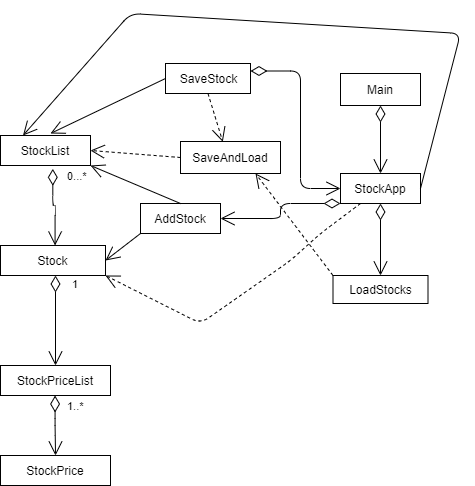
The draw.io diagram UML_Design_Diagram.png in toast682/Stock-App, before a commit. Source tidied: cells renumbered, new cells last; positions are measured from the earlier drawing's top-left corner, leaving out a move shared by most shapes. Its diagram source:
```xml
<mxGraphModel>
  <root>
    <mxCell id="0" />
    <mxCell id="1" parent="0" />
    <mxCell id="2" value="Main" style="rounded=0;whiteSpace=wrap;html=1;" parent="1" vertex="1">
      <mxGeometry x="340" y="60" width="80" height="32" as="geometry" />
    </mxCell>
    <mxCell id="3" value="SaveAndLoad" style="rounded=0;whiteSpace=wrap;html=1;" parent="1" vertex="1">
      <mxGeometry x="180" y="128" width="100" height="32" as="geometry" />
    </mxCell>
    <mxCell id="4" value="StockApp" style="rounded=0;whiteSpace=wrap;html=1;" parent="1" vertex="1">
      <mxGeometry x="340" y="160" width="80" height="30" as="geometry" />
    </mxCell>
    <mxCell id="5" value="StockList" style="rounded=0;whiteSpace=wrap;html=1;" parent="1" vertex="1">
      <mxGeometry y="122" width="90" height="30" as="geometry" />
    </mxCell>
    <mxCell id="6" value="Stock" style="whiteSpace=wrap;html=1;" parent="1" vertex="1">
      <mxGeometry y="232" width="105" height="30" as="geometry" />
    </mxCell>
    <mxCell id="7" value="StockPrice" style="rounded=0;whiteSpace=wrap;html=1;" parent="1" vertex="1">
      <mxGeometry y="442" width="110" height="30" as="geometry" />
    </mxCell>
    <mxCell id="8" value="StockPriceList" style="rounded=0;whiteSpace=wrap;html=1;" parent="1" vertex="1">
      <mxGeometry y="352" width="110" height="30" as="geometry" />
    </mxCell>
    <mxCell id="9" style="endArrow=open;endSize=12;dashed=1;html=1;exitX=0;exitY=0.5;exitDx=0;exitDy=0;entryX=1;entryY=0.5;entryDx=0;entryDy=0;" parent="1" edge="1" source="3" target="5">
      <mxGeometry x="-0.36" y="18" relative="1" as="geometry" />
    </mxCell>
    <mxCell id="10" value="AddStock" style="rounded=0;whiteSpace=wrap;html=1;" parent="1" vertex="1">
      <mxGeometry x="140" y="190" width="80" height="30" as="geometry" />
    </mxCell>
    <mxCell id="11" value="1" style="endArrow=open;html=1;endSize=12;startArrow=diamondThin;startSize=14;startFill=0;edgeStyle=orthogonalEdgeStyle;align=left;verticalAlign=bottom;entryX=0.5;entryY=0;entryDx=0;entryDy=0;" parent="1" edge="1" target="8">
      <mxGeometry x="-0.6" y="15" relative="1" as="geometry">
        <mxPoint x="55" y="262" as="sourcePoint" />
      </mxGeometry>
    </mxCell>
    <mxCell id="12" value="1..*" style="endArrow=open;html=1;endSize=12;startArrow=diamondThin;startSize=14;startFill=0;edgeStyle=orthogonalEdgeStyle;align=left;verticalAlign=bottom;entryX=0.5;entryY=0;entryDx=0;entryDy=0;" parent="1" edge="1" target="7">
      <mxGeometry x="0.01" y="14" relative="1" as="geometry">
        <mxPoint x="54.6" y="382" as="sourcePoint" />
        <mxPoint x="-4" y="-10" as="offset" />
      </mxGeometry>
    </mxCell>
    <mxCell id="13" value="0...*" style="endArrow=open;html=1;endSize=12;startArrow=diamondThin;startSize=14;startFill=0;edgeStyle=orthogonalEdgeStyle;align=left;verticalAlign=bottom;exitX=0.581;exitY=1.111;exitDx=0;exitDy=0;exitPerimeter=0;" parent="1" edge="1" source="5">
      <mxGeometry x="-0.01" y="23" relative="1" as="geometry">
        <mxPoint x="54.6" y="232" as="targetPoint" />
        <mxPoint x="-13" y="-20" as="offset" />
      </mxGeometry>
    </mxCell>
    <mxCell id="14" style="endArrow=open;endFill=1;endSize=12;html=1;exitX=0;exitY=1;exitDx=0;exitDy=0;entryX=1;entryY=0.5;entryDx=0;entryDy=0;" parent="1" edge="1" source="10" target="6">
      <mxGeometry relative="1" as="geometry" />
    </mxCell>
    <mxCell id="15" style="endArrow=open;endFill=1;endSize=12;html=1;exitX=0.5;exitY=0;exitDx=0;exitDy=0;entryX=1;entryY=1;entryDx=0;entryDy=0;" parent="1" edge="1" source="10" target="5">
      <mxGeometry relative="1" as="geometry" />
    </mxCell>
    <mxCell id="16" value="LoadStocks" style="html=1;" parent="1" vertex="1">
      <mxGeometry x="332.5" y="262" width="95" height="28" as="geometry" />
    </mxCell>
    <mxCell id="17" style="edgeStyle=orthogonalEdgeStyle;rounded=0;orthogonalLoop=1;jettySize=auto;html=1;exitX=0.5;exitY=1;exitDx=0;exitDy=0;" parent="1" edge="1" source="16" target="16">
      <mxGeometry relative="1" as="geometry" />
    </mxCell>
    <mxCell id="18" style="endArrow=open;endSize=12;dashed=1;html=1;entryX=0.75;entryY=1;entryDx=0;entryDy=0;exitX=0;exitY=0;exitDx=0;exitDy=0;" parent="1" edge="1" source="16" target="3">
      <mxGeometry relative="1" as="geometry" />
    </mxCell>
    <mxCell id="19" style="endArrow=open;html=1;endSize=12;startArrow=diamondThin;startSize=14;startFill=0;edgeStyle=orthogonalEdgeStyle;align=left;verticalAlign=bottom;exitX=0.5;exitY=1;exitDx=0;exitDy=0;entryX=0.5;entryY=0;entryDx=0;entryDy=0;" parent="1" edge="1" source="4" target="16">
      <mxGeometry x="-0.43" y="15" relative="1" as="geometry" />
    </mxCell>
    <mxCell id="20" value="SaveStock" style="html=1;" parent="1" vertex="1">
      <mxGeometry x="165" y="50" width="85" height="30" as="geometry" />
    </mxCell>
    <mxCell id="21" style="endArrow=open;endFill=1;endSize=12;html=1;exitX=0;exitY=0.5;exitDx=0;exitDy=0;" parent="1" edge="1" source="20">
      <mxGeometry relative="1" as="geometry">
        <mxPoint x="50" y="120" as="targetPoint" />
      </mxGeometry>
    </mxCell>
    <mxCell id="22" style="endArrow=open;endSize=12;dashed=1;html=1;exitX=0.5;exitY=1;exitDx=0;exitDy=0;entryX=0.423;entryY=0.01;entryDx=0;entryDy=0;entryPerimeter=0;" parent="1" edge="1" source="20" target="3">
      <mxGeometry relative="1" as="geometry" />
    </mxCell>
    <mxCell id="23" style="endArrow=open;html=1;endSize=12;startArrow=diamondThin;startSize=14;startFill=0;edgeStyle=orthogonalEdgeStyle;align=left;verticalAlign=bottom;exitX=1;exitY=0.25;exitDx=0;exitDy=0;entryX=0;entryY=0.5;entryDx=0;entryDy=0;" parent="1" edge="1" source="20" target="4">
      <mxGeometry x="-1" y="3" relative="1" as="geometry">
        <Array as="points">
          <mxPoint x="300" y="58" />
          <mxPoint x="300" y="175" />
        </Array>
      </mxGeometry>
    </mxCell>
    <mxCell id="24" style="endArrow=open;endSize=12;dashed=1;html=1;exitX=0.25;exitY=1;exitDx=0;exitDy=0;entryX=1;entryY=1;entryDx=0;entryDy=0;" parent="1" edge="1" source="4" target="6">
      <mxGeometry relative="1" as="geometry">
        <Array as="points">
          <mxPoint x="320" y="220" />
          <mxPoint x="290" y="247" />
          <mxPoint x="200" y="310" />
        </Array>
      </mxGeometry>
    </mxCell>
    <mxCell id="25" style="endArrow=open;endFill=1;endSize=12;html=1;exitX=1;exitY=0.5;exitDx=0;exitDy=0;entryX=0.25;entryY=0;entryDx=0;entryDy=0;" parent="1" edge="1" source="4" target="5">
      <mxGeometry relative="1" as="geometry">
        <Array as="points">
          <mxPoint x="460" y="20" />
          <mxPoint x="130" />
        </Array>
      </mxGeometry>
    </mxCell>
    <mxCell id="26" style="endArrow=open;html=1;endSize=12;startArrow=diamondThin;startSize=14;startFill=0;edgeStyle=orthogonalEdgeStyle;align=left;verticalAlign=bottom;entryX=0.5;entryY=0;entryDx=0;entryDy=0;exitX=0.5;exitY=1;exitDx=0;exitDy=0;" parent="1" edge="1" source="2" target="4">
      <mxGeometry x="-0.12" y="-15" relative="1" as="geometry" />
    </mxCell>
    <mxCell id="27" style="endArrow=open;html=1;endSize=12;startArrow=diamondThin;startSize=14;startFill=0;edgeStyle=orthogonalEdgeStyle;align=left;verticalAlign=bottom;entryX=1;entryY=0.5;entryDx=0;entryDy=0;" parent="1" edge="1" target="10">
      <mxGeometry x="-0.88" y="10" relative="1" as="geometry">
        <mxPoint x="340" y="190" as="sourcePoint" />
      </mxGeometry>
    </mxCell>
  </root>
</mxGraphModel>
```
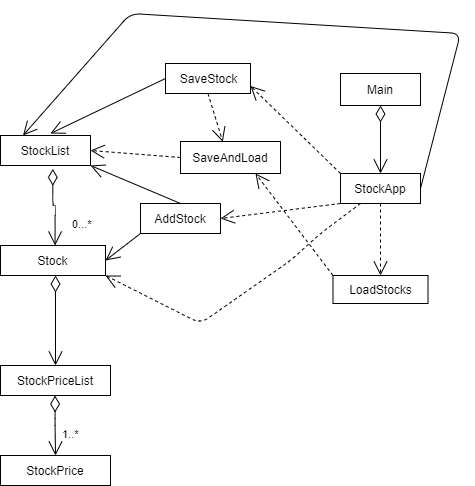
After the change.

Commit message:
Updated Phase 4: Tasks 3

Diff of the diagram source:
```diff
@@ -29,21 +29,19 @@
     <mxCell id="10" value="AddStock" style="rounded=0;whiteSpace=wrap;html=1;" parent="1" vertex="1">
       <mxGeometry x="140" y="190" width="80" height="30" as="geometry" />
     </mxCell>
-    <mxCell id="11" value="1" style="endArrow=open;html=1;endSize=12;startArrow=diamondThin;startSize=14;startFill=0;edgeStyle=orthogonalEdgeStyle;align=left;verticalAlign=bottom;entryX=0.5;entryY=0;entryDx=0;entryDy=0;" parent="1" edge="1" target="8">
-      <mxGeometry x="-0.6" y="15" relative="1" as="geometry">
+    <mxCell id="11" style="endArrow=open;html=1;endSize=12;startArrow=diamondThin;startSize=14;startFill=0;edgeStyle=orthogonalEdgeStyle;align=left;verticalAlign=bottom;entryX=0.5;entryY=0;entryDx=0;entryDy=0;" parent="1" edge="1" target="8">
+      <mxGeometry x="0.73" y="15" relative="1" as="geometry">
         <mxPoint x="55" y="262" as="sourcePoint" />
       </mxGeometry>
     </mxCell>
     <mxCell id="12" value="1..*" style="endArrow=open;html=1;endSize=12;startArrow=diamondThin;startSize=14;startFill=0;edgeStyle=orthogonalEdgeStyle;align=left;verticalAlign=bottom;entryX=0.5;entryY=0;entryDx=0;entryDy=0;" parent="1" edge="1" target="7">
-      <mxGeometry x="0.01" y="14" relative="1" as="geometry">
+      <mxGeometry x="0.6" y="5" relative="1" as="geometry">
         <mxPoint x="54.6" y="382" as="sourcePoint" />
-        <mxPoint x="-4" y="-10" as="offset" />
       </mxGeometry>
     </mxCell>
     <mxCell id="13" value="0...*" style="endArrow=open;html=1;endSize=12;startArrow=diamondThin;startSize=14;startFill=0;edgeStyle=orthogonalEdgeStyle;align=left;verticalAlign=bottom;exitX=0.581;exitY=1.111;exitDx=0;exitDy=0;exitPerimeter=0;" parent="1" edge="1" source="5">
-      <mxGeometry x="-0.01" y="23" relative="1" as="geometry">
+      <mxGeometry x="0.7" y="15" relative="1" as="geometry">
         <mxPoint x="54.6" y="232" as="targetPoint" />
-        <mxPoint x="-13" y="-20" as="offset" />
       </mxGeometry>
     </mxCell>
     <mxCell id="14" style="endArrow=open;endFill=1;endSize=12;html=1;exitX=0;exitY=1;exitDx=0;exitDy=0;entryX=1;entryY=0.5;entryDx=0;entryDy=0;" parent="1" edge="1" source="10" target="6">
@@ -61,9 +59,6 @@
     <mxCell id="18" style="endArrow=open;endSize=12;dashed=1;html=1;entryX=0.75;entryY=1;entryDx=0;entryDy=0;exitX=0;exitY=0;exitDx=0;exitDy=0;" parent="1" edge="1" source="16" target="3">
       <mxGeometry relative="1" as="geometry" />
     </mxCell>
-    <mxCell id="19" style="endArrow=open;html=1;endSize=12;startArrow=diamondThin;startSize=14;startFill=0;edgeStyle=orthogonalEdgeStyle;align=left;verticalAlign=bottom;exitX=0.5;exitY=1;exitDx=0;exitDy=0;entryX=0.5;entryY=0;entryDx=0;entryDy=0;" parent="1" edge="1" source="4" target="16">
-      <mxGeometry x="-0.43" y="15" relative="1" as="geometry" />
-    </mxCell>
     <mxCell id="20" value="SaveStock" style="html=1;" parent="1" vertex="1">
       <mxGeometry x="165" y="50" width="85" height="30" as="geometry" />
     </mxCell>
@@ -75,14 +70,6 @@
     <mxCell id="22" style="endArrow=open;endSize=12;dashed=1;html=1;exitX=0.5;exitY=1;exitDx=0;exitDy=0;entryX=0.423;entryY=0.01;entryDx=0;entryDy=0;entryPerimeter=0;" parent="1" edge="1" source="20" target="3">
       <mxGeometry relative="1" as="geometry" />
     </mxCell>
-    <mxCell id="23" style="endArrow=open;html=1;endSize=12;startArrow=diamondThin;startSize=14;startFill=0;edgeStyle=orthogonalEdgeStyle;align=left;verticalAlign=bottom;exitX=1;exitY=0.25;exitDx=0;exitDy=0;entryX=0;entryY=0.5;entryDx=0;entryDy=0;" parent="1" edge="1" source="20" target="4">
-      <mxGeometry x="-1" y="3" relative="1" as="geometry">
-        <Array as="points">
-          <mxPoint x="300" y="58" />
-          <mxPoint x="300" y="175" />
-        </Array>
-      </mxGeometry>
-    </mxCell>
     <mxCell id="24" style="endArrow=open;endSize=12;dashed=1;html=1;exitX=0.25;exitY=1;exitDx=0;exitDy=0;entryX=1;entryY=1;entryDx=0;entryDy=0;" parent="1" edge="1" source="4" target="6">
       <mxGeometry relative="1" as="geometry">
         <Array as="points">
@@ -103,10 +90,14 @@
     <mxCell id="26" style="endArrow=open;html=1;endSize=12;startArrow=diamondThin;startSize=14;startFill=0;edgeStyle=orthogonalEdgeStyle;align=left;verticalAlign=bottom;entryX=0.5;entryY=0;entryDx=0;entryDy=0;exitX=0.5;exitY=1;exitDx=0;exitDy=0;" parent="1" edge="1" source="2" target="4">
       <mxGeometry x="-0.12" y="-15" relative="1" as="geometry" />
     </mxCell>
-    <mxCell id="27" style="endArrow=open;html=1;endSize=12;startArrow=diamondThin;startSize=14;startFill=0;edgeStyle=orthogonalEdgeStyle;align=left;verticalAlign=bottom;entryX=1;entryY=0.5;entryDx=0;entryDy=0;" parent="1" edge="1" target="10">
-      <mxGeometry x="-0.88" y="10" relative="1" as="geometry">
-        <mxPoint x="340" y="190" as="sourcePoint" />
-      </mxGeometry>
-    </mxCell>
+    <mxCell id="28" style="endArrow=open;endSize=12;dashed=1;html=1;entryX=1;entryY=0.5;entryDx=0;entryDy=0;exitX=0;exitY=1;exitDx=0;exitDy=0;" parent="1" edge="1" source="4" target="10">
+      <mxGeometry relative="1" as="geometry" />
+    </mxCell>
+    <mxCell id="19" style="endArrow=open;endSize=12;dashed=1;html=1;entryX=0.5;entryY=0;entryDx=0;entryDy=0;exitX=0.5;exitY=1;exitDx=0;exitDy=0;" parent="1" edge="1" source="4" target="16">
+      <mxGeometry relative="1" as="geometry" />
+    </mxCell>
+    <mxCell id="29" style="endArrow=open;endSize=12;dashed=1;html=1;entryX=1;entryY=0.75;entryDx=0;entryDy=0;exitX=0;exitY=0;exitDx=0;exitDy=0;" parent="1" edge="1" source="4" target="20">
+      <mxGeometry relative="1" as="geometry" />
+    </mxCell>
   </root>
 </mxGraphModel>
```
